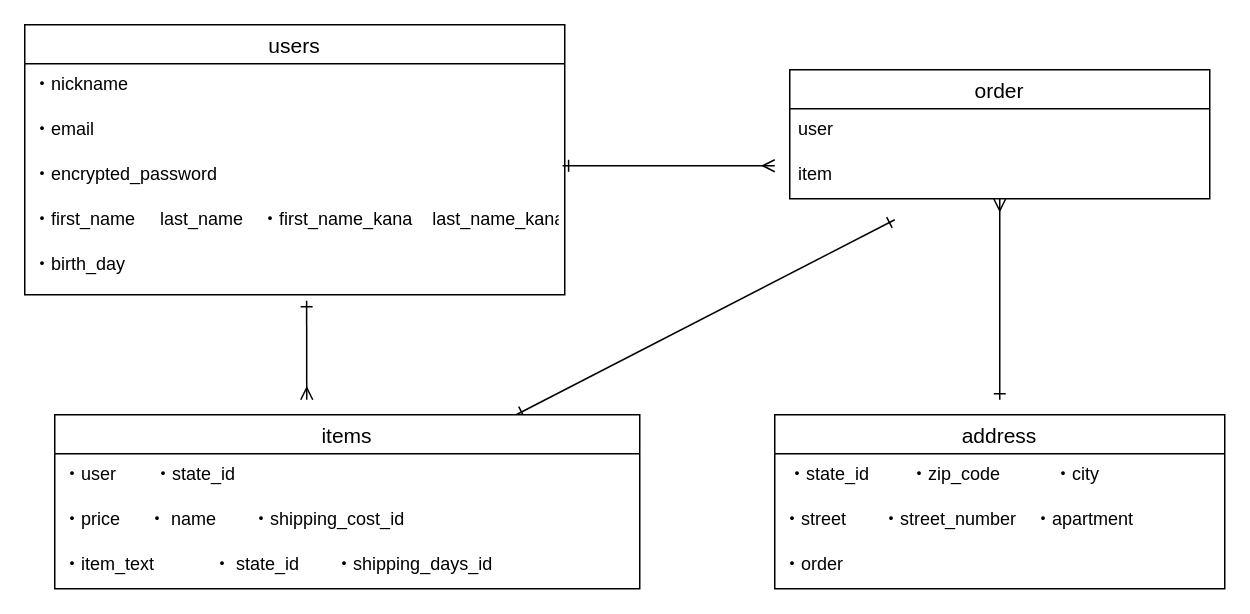
megumi04/furima-37659 keeps this draw.io diagram as test.dio. Above is the earlier version. Source tidied: cells renumbered, new cells numbered last; positions are measured from the earlier drawing's top-left corner, leaving out a move shared by most shapes. Both pictures are drawn from the tidied source at 150%, with x=0, y=0 at pixel (24, 24).
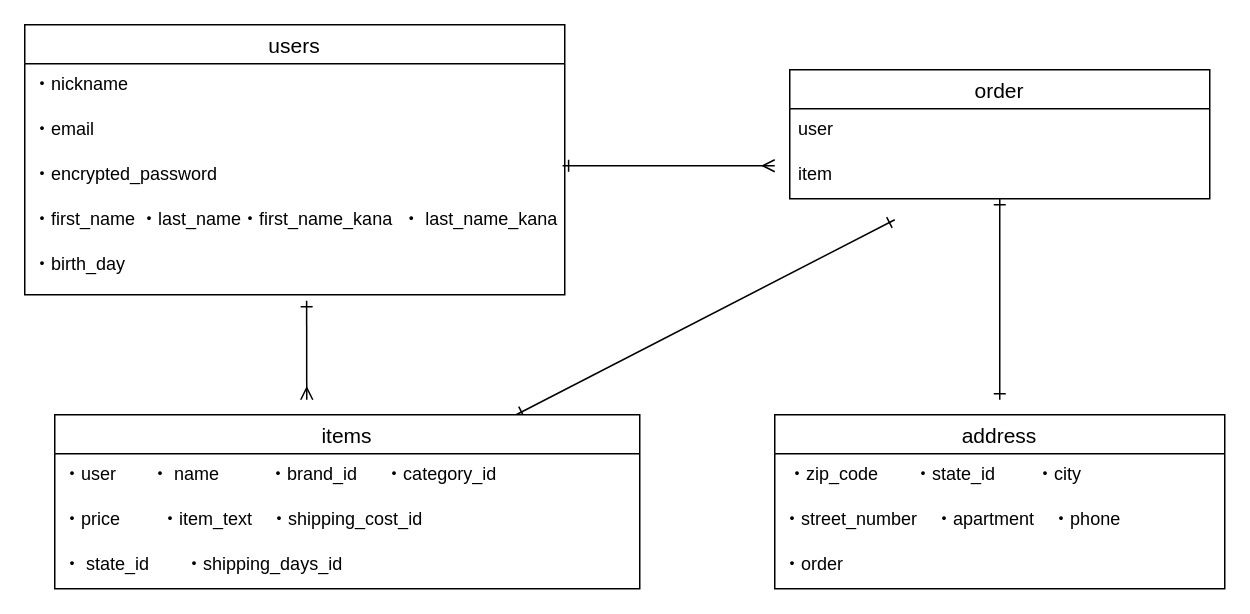
Above is the later version.

Unchanged cells that the change refers to:
```xml
<mxCell id="2" value="address" style="swimlane;fontStyle=0;horizontal=1;startSize=26;align=center;fontSize=14;" parent="1" vertex="1">
  <mxGeometry x="500" y="260" width="300" height="116" as="geometry" />
</mxCell>
<mxCell id="7" value="items" style="swimlane;fontStyle=0;horizontal=1;startSize=26;align=center;fontSize=14;" parent="1" vertex="1">
  <mxGeometry x="20" y="260" width="390" height="116" as="geometry" />
</mxCell>
<mxCell id="12" value="users" style="swimlane;fontStyle=0;horizontal=1;startSize=26;align=center;fontSize=14;" parent="1" vertex="1">
  <mxGeometry width="360" height="180" as="geometry" />
</mxCell>
<mxCell id="20" value="order" style="swimlane;fontStyle=0;horizontal=1;startSize=26;align=center;fontSize=14;" parent="1" vertex="1">
  <mxGeometry x="510" y="30" width="280" height="86" as="geometry" />
</mxCell>
```

Change to the diagram source:
```diff
@@
-    <mxCell id="3" value=" ・state_id 　　・zip_code　　　・city" style="text;strokeColor=none;fillColor=none;spacingLeft=4;spacingRight=4;overflow=hidden;fontSize=12;" parent="2" vertex="1">
+    <mxCell id="3" value=" ・zip_code　　・state_id 　　・city" style="text;strokeColor=none;fillColor=none;spacingLeft=4;spacingRight=4;overflow=hidden;fontSize=12;" parent="2" vertex="1">
       <mxGeometry y="26" width="300" height="30" as="geometry" />
     </mxCell>
-    <mxCell id="4" value="・street　　・street_number　・apartment" style="text;strokeColor=none;fillColor=none;spacingLeft=4;spacingRight=4;overflow=hidden;fontSize=12;" parent="2" vertex="1">
+    <mxCell id="4" value="・street_number　・apartment　・phone" style="text;strokeColor=none;fillColor=none;spacingLeft=4;spacingRight=4;overflow=hidden;fontSize=12;" parent="2" vertex="1">
       <mxGeometry y="56" width="300" height="30" as="geometry" />
     </mxCell>
@@
-    <mxCell id="8" value="・user    　・state_id" style="text;strokeColor=none;fillColor=none;spacingLeft=4;spacingRight=4;overflow=hidden;fontSize=12;" parent="7" vertex="1">
+    <mxCell id="8" value="・user       ・ name          ・brand_id　  ・category_id" style="text;strokeColor=none;fillColor=none;spacingLeft=4;spacingRight=4;overflow=hidden;fontSize=12;" parent="7" vertex="1">
       <mxGeometry y="26" width="390" height="30" as="geometry" />
     </mxCell>
-    <mxCell id="9" value="・price 　 ・ name　　・shipping_cost_id" style="text;strokeColor=none;fillColor=none;spacingLeft=4;spacingRight=4;overflow=hidden;fontSize=12;" parent="7" vertex="1">
+    <mxCell id="9" value="・price 　　・item_text　・shipping_cost_id" style="text;strokeColor=none;fillColor=none;spacingLeft=4;spacingRight=4;overflow=hidden;fontSize=12;" parent="7" vertex="1">
       <mxGeometry y="56" width="390" height="30" as="geometry" />
     </mxCell>
-    <mxCell id="10" value="・item_text 　　　・ state_id　　・shipping_days_id&#10;  " style="text;strokeColor=none;fillColor=none;spacingLeft=4;spacingRight=4;overflow=hidden;fontSize=12;" parent="7" vertex="1">
+    <mxCell id="10" value="・ state_id　　・shipping_days_id&#10;  " style="text;strokeColor=none;fillColor=none;spacingLeft=4;spacingRight=4;overflow=hidden;fontSize=12;" parent="7" vertex="1">
       <mxGeometry y="86" width="390" height="30" as="geometry" />
     </mxCell>
@@
-    <mxCell id="16" value="・first_name     last_name　・first_name_kana    last_name_kana" style="text;strokeColor=none;fillColor=none;spacingLeft=4;spacingRight=4;overflow=hidden;fontSize=12;" parent="12" vertex="1">
+    <mxCell id="16" value="・first_name ・last_name・first_name_kana  ・ last_name_kana" style="text;strokeColor=none;fillColor=none;spacingLeft=4;spacingRight=4;overflow=hidden;fontSize=12;" parent="12" vertex="1">
       <mxGeometry y="116" width="360" height="30" as="geometry" />
     </mxCell>
@@
-    <mxCell id="19" style="edgeStyle=none;html=1;startArrow=ERmany;startFill=0;endArrow=ERone;endFill=0;" parent="1" edge="1" source="20">
+    <mxCell id="19" style="edgeStyle=none;html=1;startArrow=ERone;startFill=0;endArrow=ERone;endFill=0;" parent="1" edge="1" source="20">
       <mxGeometry relative="1" as="geometry">
         <mxPoint x="650" y="250" as="targetPoint" />
       </mxGeometry>
     </mxCell>
```
